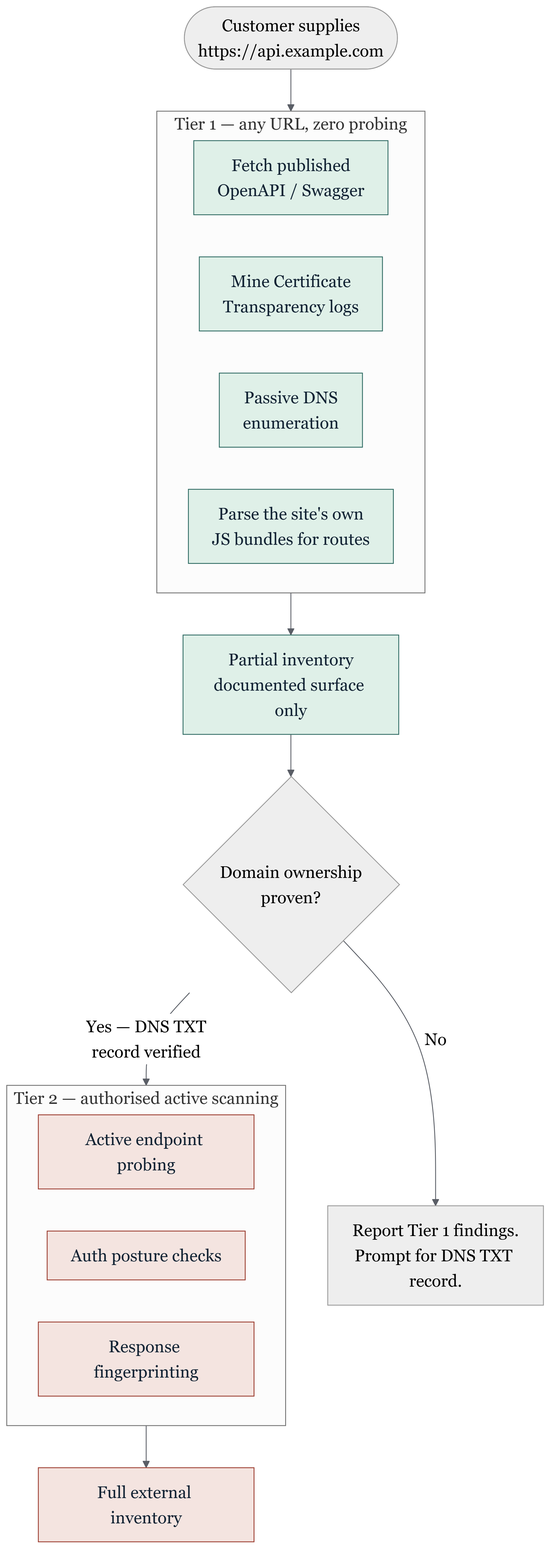
Earlier version of the Mermaid export docs/diagrams/url-tiers.png (shivanshjindal28/api-exorcist). Its source is kept beside it as docs/diagrams/url-tiers.mmd.
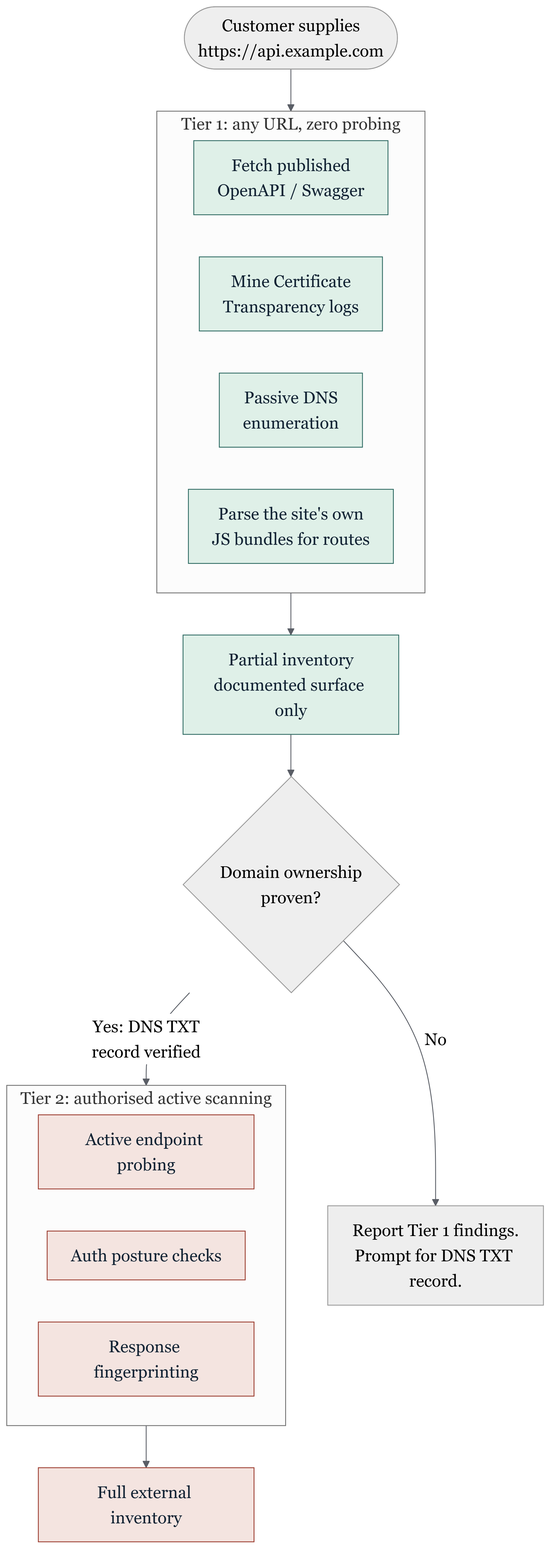
The same diagram one commit later.

The edit, as a diff of the source:
```diff
@@ -1,7 +1,7 @@
 flowchart TB
     U(["Customer supplies<br/>https://api.example.com"]) --> T1
 
-    subgraph T1["Tier 1 — any URL, zero probing"]
+    subgraph T1["Tier 1: any URL, zero probing"]
         direction LR
         A1["Fetch published<br/>OpenAPI / Swagger"]
         A2["Mine Certificate<br/>Transparency logs"]
@@ -13,9 +13,9 @@
     INV --> Q{"Domain ownership<br/>proven?"}
 
     Q -->|"No"| STOP["Report Tier 1 findings.<br/>Prompt for DNS TXT record."]
-    Q -->|"Yes — DNS TXT<br/>record verified"| T2
+    Q -->|"Yes: DNS TXT<br/>record verified"| T2
 
-    subgraph T2["Tier 2 — authorised active scanning"]
+    subgraph T2["Tier 2: authorised active scanning"]
         direction LR
         B1["Active endpoint probing"]
         B2["Auth posture checks"]
```
